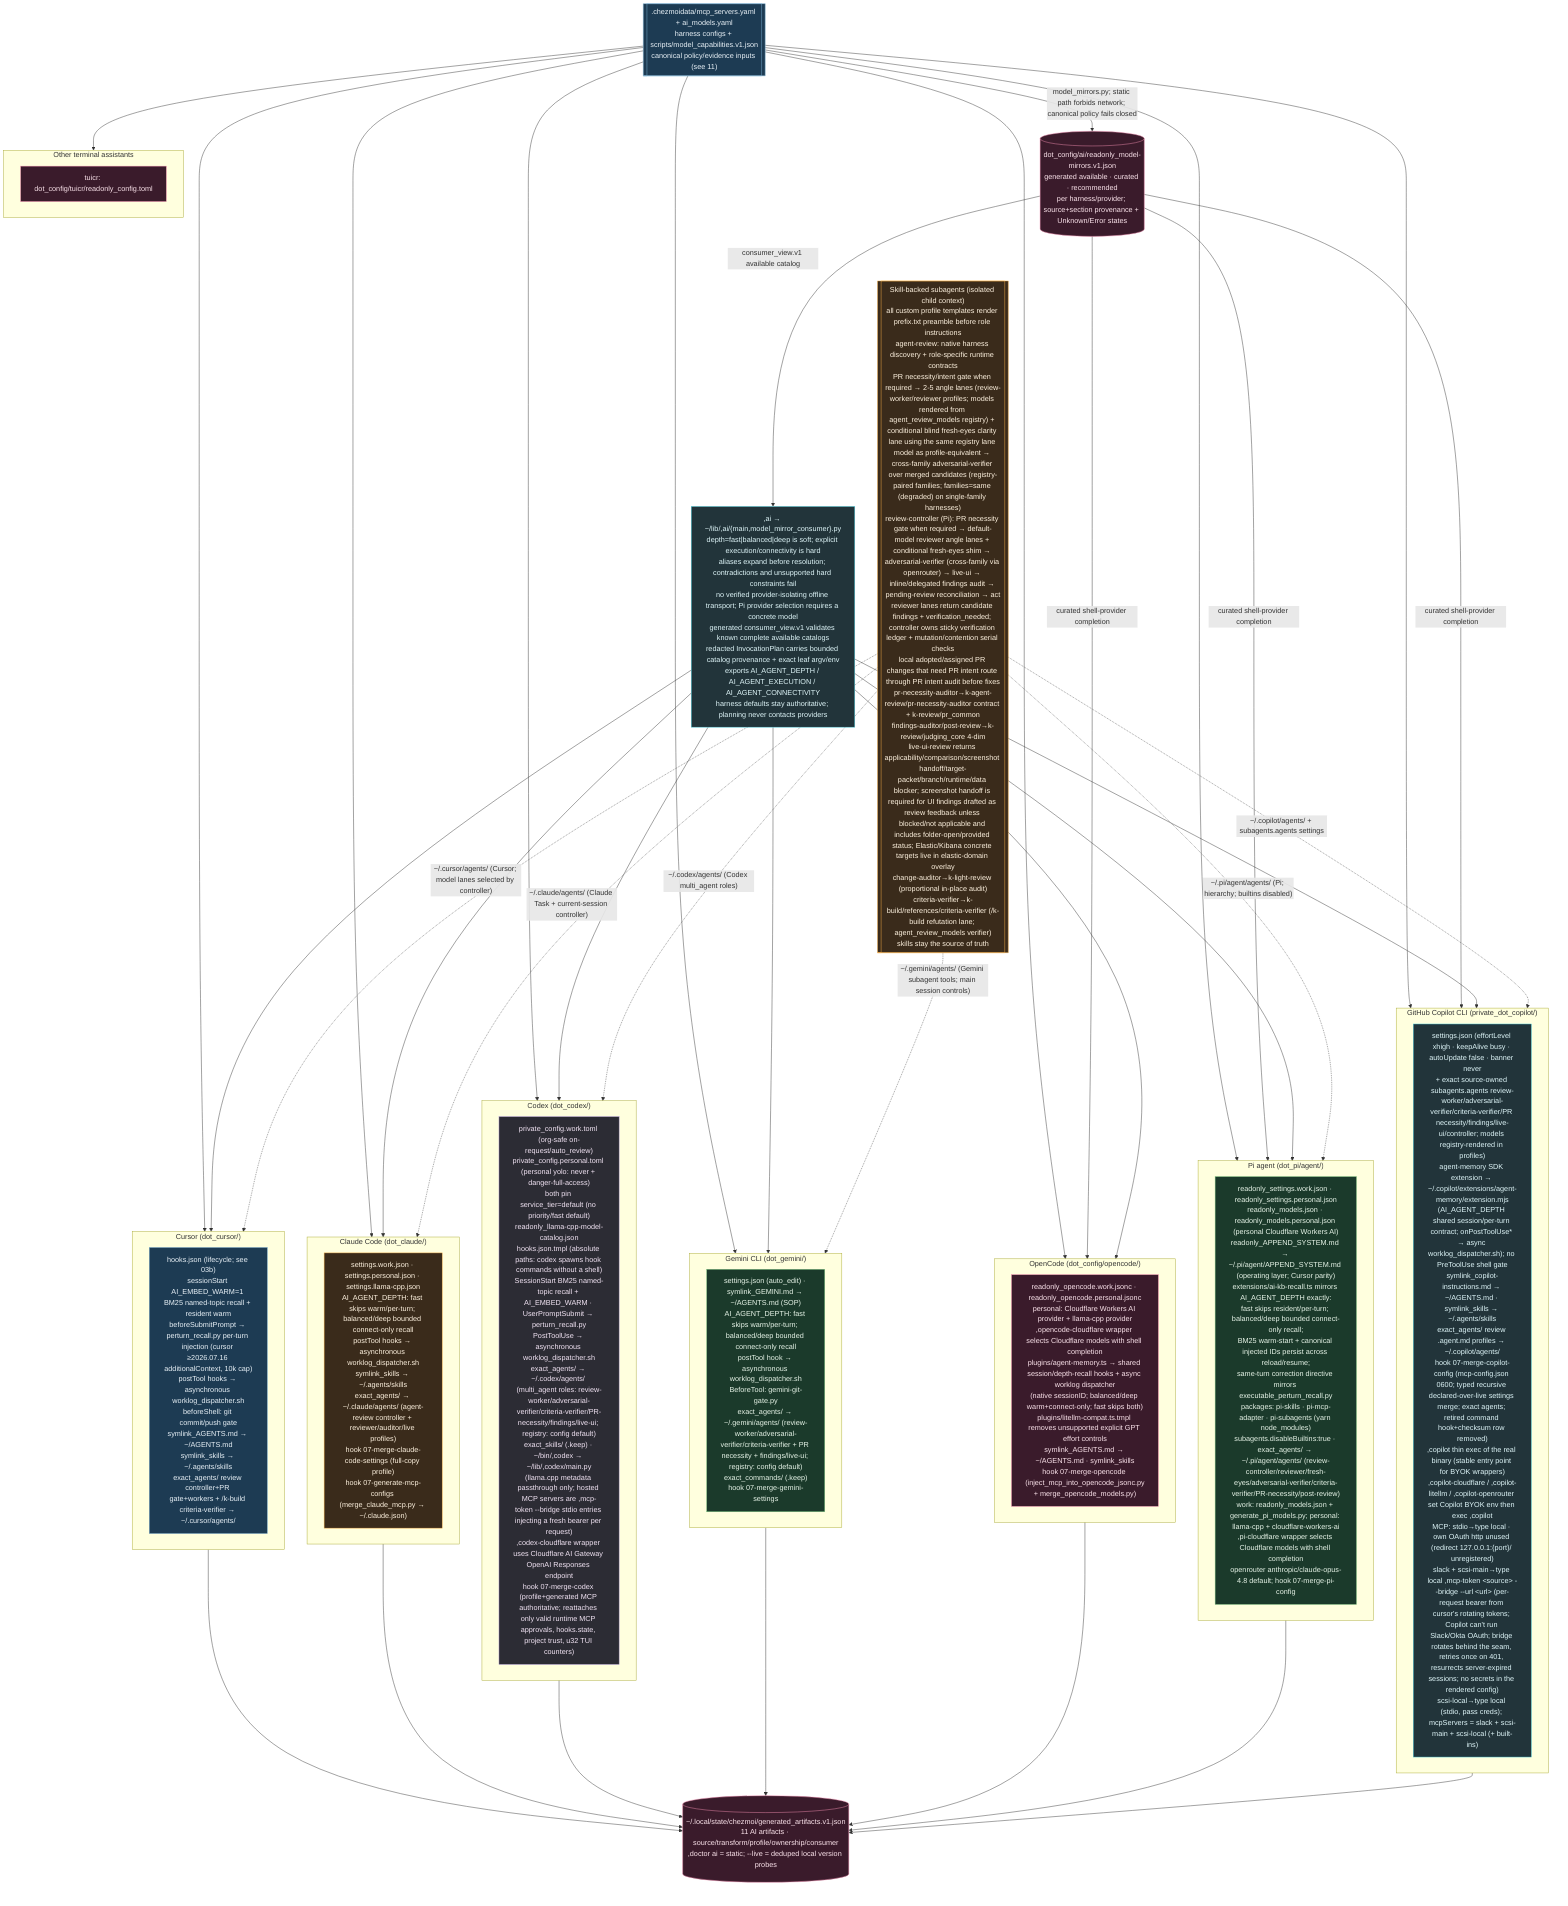
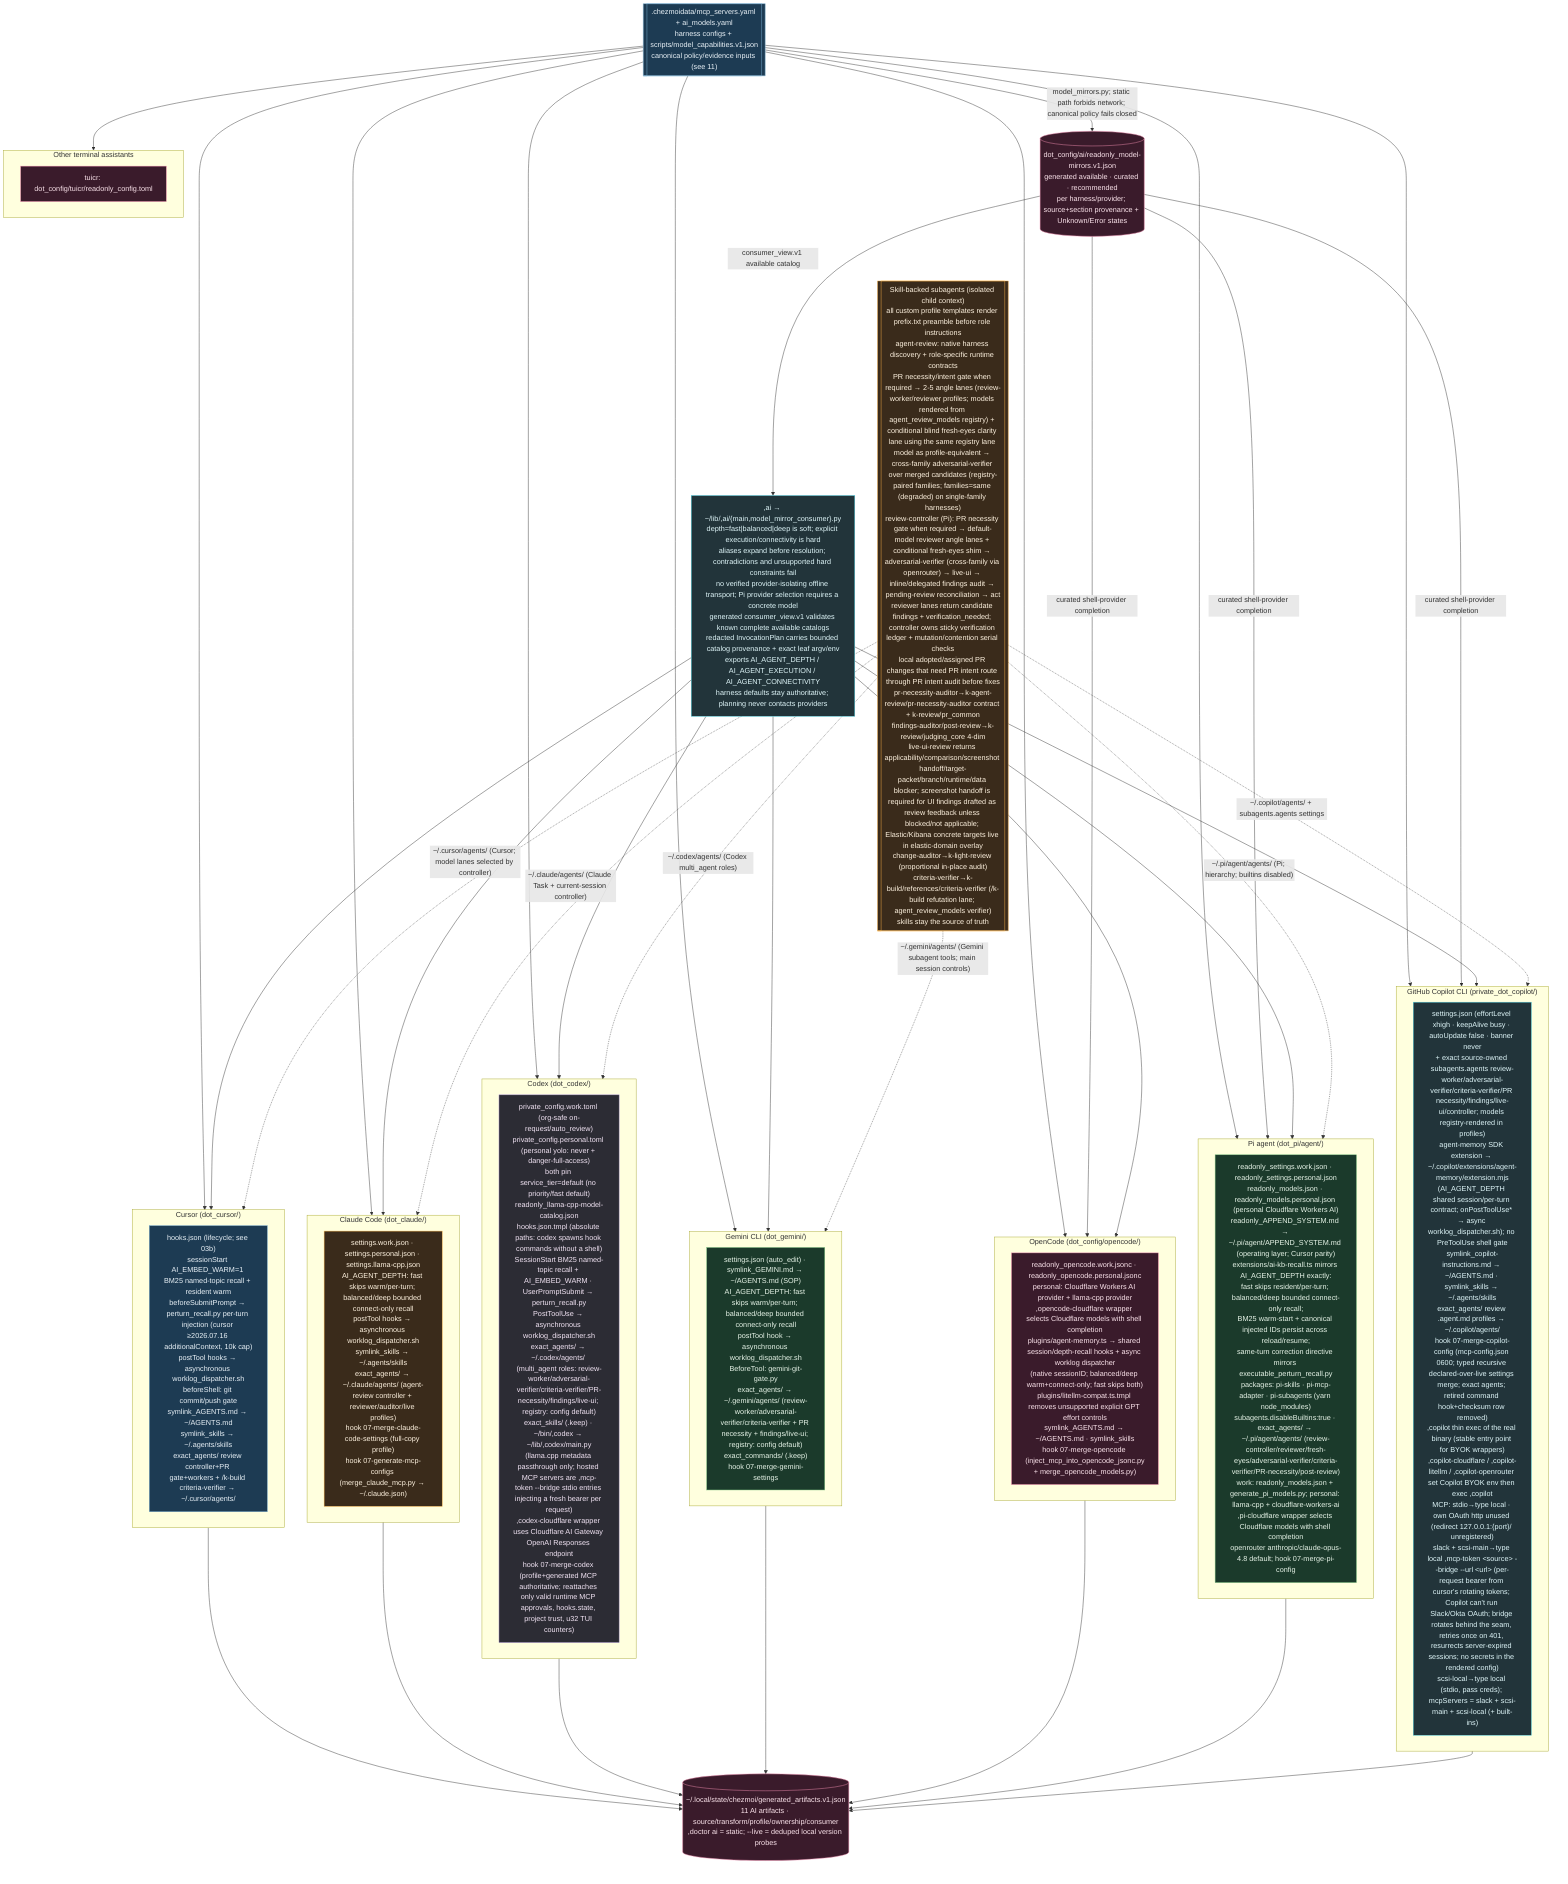
%% ============================================================================
%% 12-ai-tool-configs.mmd — Every per-tool AI config file in home/.
%% Pattern: source carries .work + .personal variants; a 07-merge-* hook picks
%% by isWork and merges generated MCP/model blocks into the live config.
%% ============================================================================
flowchart TB
    classDef cursor fill:#1d3b53,stroke:#7fb3d5,color:#eaf2f8;
    classDef claude fill:#3a2b1b,stroke:#ffb74d,color:#fff3e0;
    classDef codex fill:#2c2c34,stroke:#b39ddb,color:#f3e5f5;
    classDef gem fill:#1b3a2b,stroke:#81c784,color:#e8f5e9;
    classDef oc fill:#3a1b2b,stroke:#f48fb1,color:#fce4ec;
    classDef cop fill:#22343a,stroke:#4dd0e1,color:#e0f7fa;

    LAUNCH[",ai → ~/lib/,ai/{main,model_mirror_consumer}.py<br/>depth=fast|balanced|deep is soft; explicit execution/connectivity is hard<br/>aliases expand before resolution; contradictions and unsupported hard constraints fail<br/>no verified provider-isolating offline transport; Pi provider selection requires a concrete model<br/>generated consumer_view.v1 validates known complete available catalogs<br/>redacted InvocationPlan carries bounded catalog provenance + exact leaf argv/env<br/>exports AI_AGENT_DEPTH / AI_AGENT_EXECUTION / AI_AGENT_CONNECTIVITY<br/>harness defaults stay authoritative; planning never contacts providers"]:::cop

    subgraph CURSOR["Cursor (dot_cursor/)"]
        CU["hooks.json (lifecycle; see 03b)<br/>sessionStart AI_EMBED_WARM=1 BM25 named-topic recall + resident warm<br/>beforeSubmitPrompt → perturn_recall.py per-turn injection (cursor ≥2026.07.16 additionalContext, 10k cap)<br/>postTool hooks → asynchronous worklog_dispatcher.sh<br/>beforeShell: git commit/push gate<br/>symlink_AGENTS.md → ~/AGENTS.md<br/>symlink_skills → ~/.agents/skills<br/>exact_agents/ review controller+PR gate+workers + /k-build criteria-verifier → ~/.cursor/agents/"]:::cursor
    end

    subgraph CLAUDE["Claude Code (dot_claude/)"]
        CLD["settings.work.json · settings.personal.json · settings.llama-cpp.json<br/>AI_AGENT_DEPTH: fast skips warm/per-turn; balanced/deep bounded connect-only recall<br/>postTool hooks → asynchronous worklog_dispatcher.sh<br/>symlink_skills → ~/.agents/skills<br/>exact_agents/ → ~/.claude/agents/ (agent-review controller + reviewer/auditor/live profiles)<br/>hook 07-merge-claude-code-settings (full-copy profile)<br/>hook 07-generate-mcp-configs (merge_claude_mcp.py → ~/.claude.json)"]:::claude
    end

    subgraph CODEX["Codex (dot_codex/)"]
        CDX["private_config.work.toml (org-safe on-request/auto_review)<br/>private_config.personal.toml (personal yolo: never + danger-full-access)<br/>both pin service_tier=default (no priority/fast default)<br/>readonly_llama-cpp-model-catalog.json<br/>hooks.json.tmpl (absolute paths: codex spawns hook commands without a shell)<br/>SessionStart BM25 named-topic recall + AI_EMBED_WARM · UserPromptSubmit → perturn_recall.py<br/>PostToolUse → asynchronous worklog_dispatcher.sh<br/>exact_agents/ → ~/.codex/agents/ (multi_agent roles: review-worker/adversarial-verifier/criteria-verifier/PR-necessity/findings/live-ui; registry: config default)<br/>exact_skills/ (.keep) · ~/bin/,codex → ~/lib/,codex/main.py<br/>(llama.cpp metadata passthrough only; hosted MCP servers are ,mcp-token --bridge stdio entries injecting a fresh bearer per request)<br/>,codex-cloudflare wrapper uses Cloudflare AI Gateway OpenAI Responses endpoint<br/>hook 07-merge-codex (profile+generated MCP authoritative; reattaches only valid runtime MCP approvals, hooks.state, project trust, u32 TUI counters)"]:::codex
    end

    subgraph GEMINI["Gemini CLI (dot_gemini/)"]
        GMN["settings.json (auto_edit) · symlink_GEMINI.md → ~/AGENTS.md (SOP)<br/>AI_AGENT_DEPTH: fast skips warm/per-turn; balanced/deep bounded connect-only recall<br/>postTool hook → asynchronous worklog_dispatcher.sh<br/>BeforeTool: gemini-git-gate.py<br/>exact_agents/ → ~/.gemini/agents/ (review-worker/adversarial-verifier/criteria-verifier + PR necessity + findings/live-ui; registry: config default)<br/>exact_commands/ (.keep)<br/>hook 07-merge-gemini-settings"]:::gem
    end

    subgraph OPENCODE["OpenCode (dot_config/opencode/)"]
        OPC["readonly_opencode.work.jsonc · readonly_opencode.personal.jsonc<br/>personal: Cloudflare Workers AI provider + llama-cpp provider<br/>,opencode-cloudflare wrapper selects Cloudflare models with shell completion<br/>plugins/agent-memory.ts → shared session/depth-recall hooks + async worklog dispatcher<br/>(native sessionID; balanced/deep warm+connect-only; fast skips both)<br/>plugins/litellm-compat.ts.tmpl removes unsupported explicit GPT effort controls<br/>symlink_AGENTS.md → ~/AGENTS.md · symlink_skills<br/>hook 07-merge-opencode (inject_mcp_into_opencode_jsonc.py<br/>+ merge_opencode_models.py)"]:::oc
    end

    subgraph PI["Pi agent (dot_pi/agent/)"]
        PIA["readonly_settings.work.json · readonly_settings.personal.json<br/>readonly_models.json · readonly_models.personal.json (personal Cloudflare Workers AI)<br/>readonly_APPEND_SYSTEM.md → ~/.pi/agent/APPEND_SYSTEM.md (operating layer; Cursor parity)<br/>extensions/ai-kb-recall.ts mirrors AI_AGENT_DEPTH exactly:<br/>fast skips resident/per-turn; balanced/deep bounded connect-only recall;<br/>BM25 warm-start + canonical injected IDs persist across reload/resume;<br/>same-turn correction directive mirrors executable_perturn_recall.py<br/>packages: pi-skills · pi-mcp-adapter · pi-subagents (yarn node_modules)<br/>subagents.disableBuiltins:true · exact_agents/ → ~/.pi/agent/agents/ (review-controller/reviewer/fresh-eyes/adversarial-verifier/criteria-verifier/PR-necessity/post-review)<br/>work: readonly_models.json + generate_pi_models.py; personal: llama-cpp + cloudflare-workers-ai<br/>,pi-cloudflare wrapper selects Cloudflare models with shell completion<br/>openrouter anthropic/claude-opus-4.8 default; hook 07-merge-pi-config"]:::gem
    end

    subgraph COPILOT["GitHub Copilot CLI (private_dot_copilot/)"]
        COP["settings.json (effortLevel xhigh · keepAlive busy · autoUpdate false · banner never<br/>+ exact source-owned subagents.agents review-worker/adversarial-verifier/criteria-verifier/PR necessity/findings/live-ui/controller; models registry-rendered in profiles)<br/>agent-memory SDK extension → ~/.copilot/extensions/agent-memory/extension.mjs<br/>(AI_AGENT_DEPTH shared session/per-turn contract; onPostToolUse* → async worklog_dispatcher.sh); no PreToolUse shell gate<br/>symlink_copilot-instructions.md → ~/AGENTS.md · symlink_skills → ~/.agents/skills<br/>exact_agents/ review .agent.md profiles → ~/.copilot/agents/<br/>hook 07-merge-copilot-config (mcp-config.json 0600; typed recursive declared-over-live settings merge; exact agents; retired command hook+checksum row removed)<br/>,copilot thin exec of the real binary (stable entry point for BYOK wrappers)<br/>,copilot-cloudflare / ,copilot-litellm / ,copilot-openrouter set Copilot BYOK env then exec ,copilot<br/>MCP: stdio→type local · own OAuth http unused (redirect 127.0.0.1:{port}/ unregistered)<br/>slack + scsi-main→type local ,mcp-token &lt;source&gt; --bridge --url &lt;url&gt; (per-request bearer from cursor's rotating tokens; Copilot can't run Slack/Okta OAuth; bridge rotates behind the seam, retries once on 401, resurrects server-expired sessions; no secrets in the rendered config)<br/>scsi-local→type local (stdio, pass creds); mcpServers = slack + scsi-main + scsi-local (+ built-ins)"]:::cop
    end

    subgraph OTHER["Other terminal assistants"]
        TUI["tuicr: dot_config/tuicr/readonly_config.toml"]:::oc
    end

    REG[[".chezmoidata/mcp_servers.yaml + ai_models.yaml<br/>harness configs + scripts/model_capabilities.v1.json<br/>canonical policy/evidence inputs (see 11)"]]:::cursor
    REG --> CURSOR & CLAUDE & CODEX & GEMINI & OPENCODE & PI & COPILOT & OTHER
    MIRROR[("dot_config/ai/readonly_model-mirrors.v1.json<br/>generated available · curated · recommended<br/>per harness/provider; source+section provenance + Unknown/Error states")]:::oc
    REG -->|"model_mirrors.py; static path forbids network; canonical policy fails closed"| MIRROR
    MIRROR -->|"consumer_view.v1 available catalog"| LAUNCH
    MIRROR -->|"curated shell-provider completion"| OPENCODE & PI & COPILOT
    LAUNCH --> CURSOR & CLAUDE & CODEX & GEMINI & OPENCODE & PI & COPILOT
    LEDGER[("~/.local/state/chezmoi/generated_artifacts.v1.json<br/>11 AI artifacts · source/transform/profile/ownership/consumer<br/>,doctor ai = static; --live = deduped local version probes")]:::oc
    CURSOR & CLAUDE & CODEX & GEMINI & OPENCODE & PI & COPILOT --> LEDGER

-     SUBA[["Skill-backed subagents (isolated child context)<br/>all custom profile templates render prefix.txt preamble before role instructions<br/>agent-review: native harness discovery + role-specific runtime contracts<br/>PR necessity/intent gate when required → 2-5 angle lanes (review-worker/reviewer profiles; models rendered from agent_review_models registry) + conditional blind fresh-eyes clarity lane using the same registry lane model as profile-equivalent → cross-family adversarial-verifier over merged candidates (registry-paired families; families=same (degraded) on single-family harnesses)<br/>review-controller (Pi): PR necessity gate when required → default-model reviewer angle lanes + conditional fresh-eyes shim → adversarial-verifier (cross-family via openrouter) → live-ui → inline/delegated findings audit → pending-review reconciliation → act<br/>reviewer lanes return candidate findings + verification_needed; controller owns sticky verification ledger + mutation/contention serial checks<br/>local adopted/assigned PR changes that need PR intent route through PR intent audit before fixes<br/>pr-necessity-auditor→k-agent-review/pr-necessity-auditor contract + k-review/pr_common<br/>findings-auditor/post-review→k-review/judging_core 4-dim<br/>live-ui-review returns applicability/comparison/screenshot handoff/target-packet/branch/runtime/data blocker; screenshot handoff is required for UI findings drafted as review feedback unless blocked/not applicable and includes folder-open/provided status; Elastic/Kibana concrete targets live in elastic-domain overlay<br/>change-auditor→k-light-review (proportional in-place audit)<br/>criteria-verifier→k-build/references/criteria-verifier (/k-build refutation lane; agent_review_models verifier)<br/>skills stay the source of truth"]]:::claude
+     SUBA[["Skill-backed subagents (isolated child context)<br/>all custom profile templates render prefix.txt preamble before role instructions<br/>agent-review: native harness discovery + role-specific runtime contracts<br/>PR necessity/intent gate when required → 2-5 angle lanes (review-worker/reviewer profiles; models rendered from agent_review_models registry) + conditional blind fresh-eyes clarity lane using the same registry lane model as profile-equivalent → cross-family adversarial-verifier over merged candidates (registry-paired families; families=same (degraded) on single-family harnesses)<br/>review-controller (Pi): PR necessity gate when required → default-model reviewer angle lanes + conditional fresh-eyes shim → adversarial-verifier (cross-family via openrouter) → live-ui → inline/delegated findings audit → pending-review reconciliation → act<br/>reviewer lanes return candidate findings + verification_needed; controller owns sticky verification ledger + mutation/contention serial checks<br/>local adopted/assigned PR changes that need PR intent route through PR intent audit before fixes<br/>pr-necessity-auditor→k-agent-review/pr-necessity-auditor contract + k-review/pr_common<br/>findings-auditor/post-review→k-review/judging_core 4-dim<br/>live-ui-review returns applicability/comparison/screenshot handoff/target-packet/branch/runtime/data blocker; screenshot handoff is required for UI findings drafted as review feedback unless blocked/not applicable; Elastic/Kibana concrete targets live in elastic-domain overlay<br/>change-auditor→k-light-review (proportional in-place audit)<br/>criteria-verifier→k-build/references/criteria-verifier (/k-build refutation lane; agent_review_models verifier)<br/>skills stay the source of truth"]]:::claude
    SUBA -.->|"~/.cursor/agents/ (Cursor; model lanes selected by controller)"| CURSOR
    SUBA -.->|"~/.copilot/agents/ + subagents.agents settings"| COPILOT
    SUBA -.->|"~/.claude/agents/ (Claude Task + current-session controller)"| CLAUDE
    SUBA -.->|"~/.codex/agents/ (Codex multi_agent roles)"| CODEX
    SUBA -.->|"~/.gemini/agents/ (Gemini subagent tools; main session controls)"| GEMINI
    SUBA -.->|"~/.pi/agent/agents/ (Pi; hierarchy; builtins disabled)"| PI
